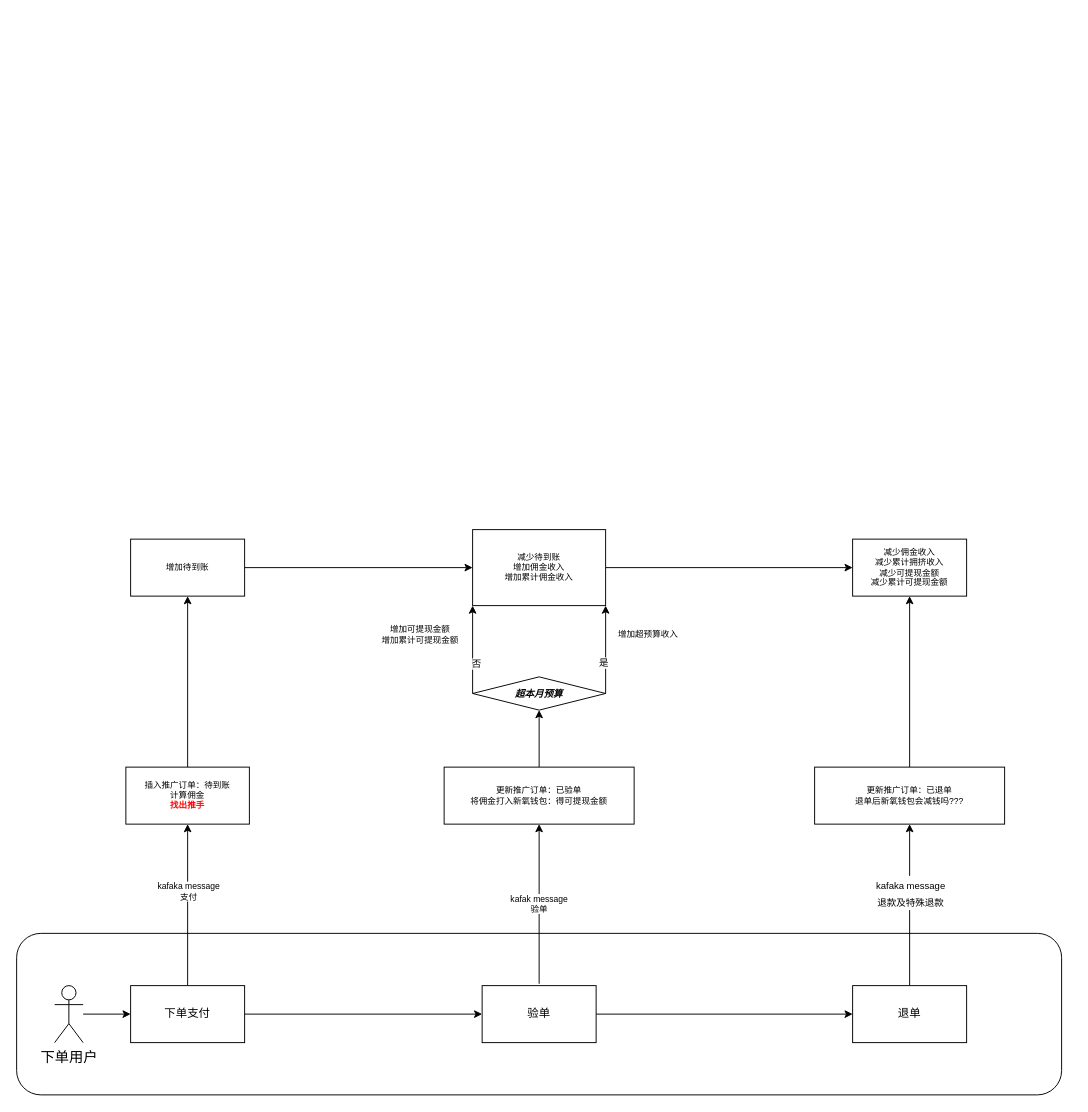
Above: page "佣金结算及提现" (3 of 3) of ThinkPHP/未命名绘图.drawio in QinShangQs/dance (draw.io), before the change. Source tidied: cells renumbered, new cells numbered last; positions are measured from the earlier drawing's top-left corner, leaving out a move shared by most shapes. Both pictures are drawn from the tidied source at 95%, with x=0, y=0 at pixel (16, 529).
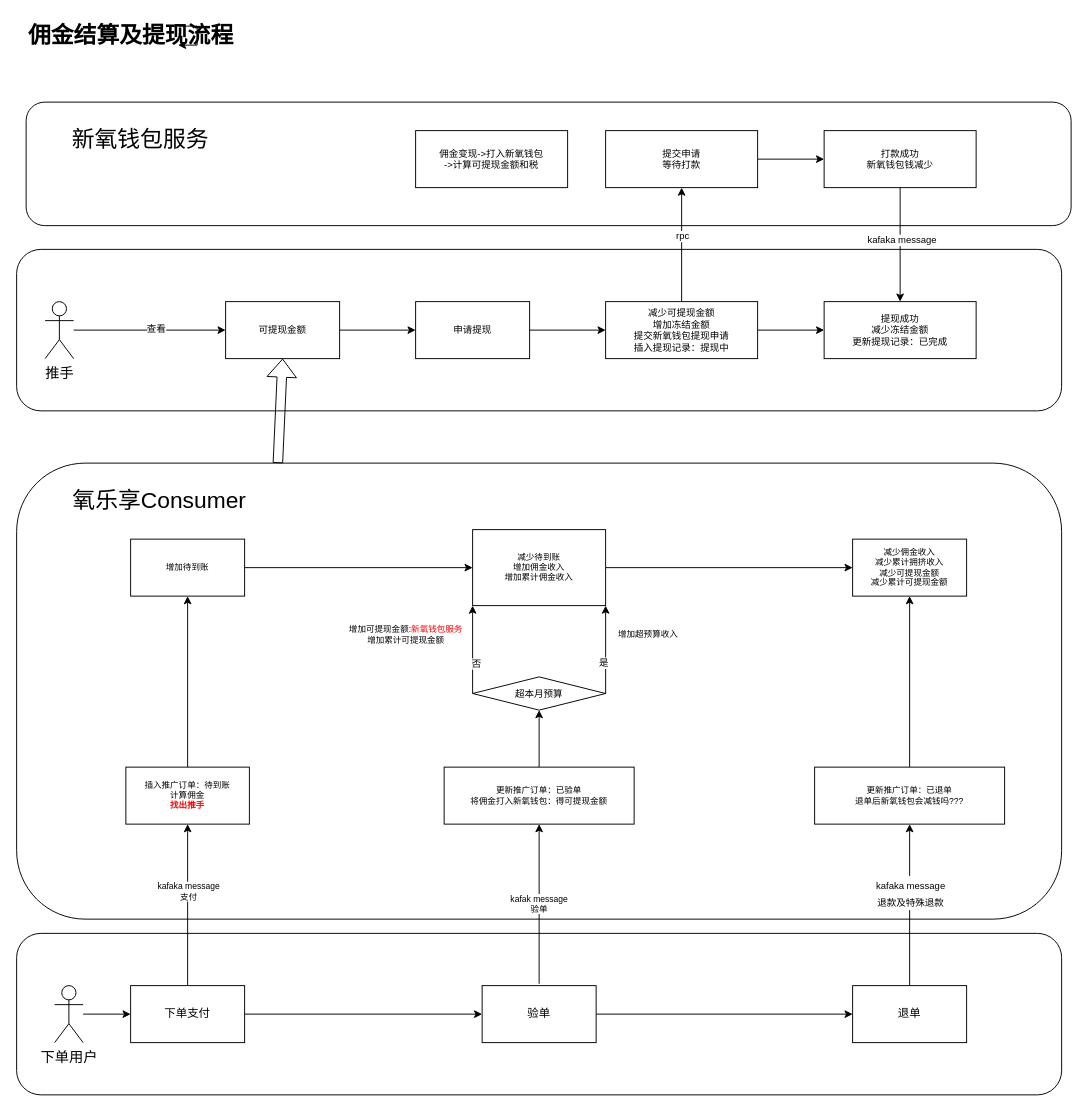
Above is the later version.

Commit message:
更新未命名绘图.drawio

Diff of the diagram source:
```diff
@@
+    <mxCell id="33" style="rounded=1;whiteSpace=wrap;html=1;fontSize=9;" parent="1" vertex="1">
+      <mxGeometry x="10" y="-450" width="1100" height="130" as="geometry" />
+    </mxCell>
+    <mxCell id="34" style="rounded=1;whiteSpace=wrap;html=1;fontSize=9;" parent="1" vertex="1">
+      <mxGeometry y="-295" width="1100" height="170" as="geometry" />
+    </mxCell>
+    <mxCell id="35" style="rounded=1;whiteSpace=wrap;html=1;fontSize=9;" parent="1" vertex="1">
+      <mxGeometry y="-70" width="1100" height="480" as="geometry" />
+    </mxCell>
@@
-    <mxCell id="26" value="超本月预算" style="rhombus;whiteSpace=wrap;html=1;fontSize=10;fontStyle=3;" parent="1" vertex="1">
+    <mxCell id="26" value="超本月预算" style="rhombus;whiteSpace=wrap;html=1;fontSize=10;fontStyle=0;" parent="1" vertex="1">
       <mxGeometry x="480" y="155" width="140" height="35" as="geometry" />
     </mxCell>
@@
-    <mxCell id="29" value="&lt;span style=&quot;font-size: 9px&quot;&gt;增加可提现金额&lt;/span&gt;&lt;br style=&quot;font-size: 9px&quot;&gt;&lt;span style=&quot;font-size: 9px&quot;&gt;增加累计可提现金额&lt;/span&gt;" style="text;html=1;strokeColor=none;fillColor=none;align=center;verticalAlign=middle;whiteSpace=wrap;rounded=0;fontSize=10;" parent="1" vertex="1">
-      <mxGeometry x="370" y="100" width="110" height="20" as="geometry" />
+    <mxCell id="29" value="&lt;span style=&quot;font-size: 9px&quot;&gt;增加可提现金额:&lt;/span&gt;&lt;span style=&quot;font-size: 9px&quot;&gt;&lt;font color=&quot;#ff0000&quot;&gt;新氧钱包服务&lt;/font&gt;&lt;/span&gt;&lt;br style=&quot;font-size: 9px&quot;&gt;&lt;span style=&quot;font-size: 9px&quot;&gt;增加累计可提现金&lt;/span&gt;&lt;span style=&quot;font-size: 9px&quot;&gt;额&lt;/span&gt;&lt;span style=&quot;font-size: 9px&quot;&gt;&lt;br&gt;&lt;/span&gt;" style="text;html=1;strokeColor=none;fillColor=none;align=center;verticalAlign=middle;whiteSpace=wrap;rounded=0;fontSize=10;" parent="1" vertex="1">
+      <mxGeometry x="310" y="100" width="200" height="20" as="geometry" />
     </mxCell>
@@
+    <mxCell id="36" style="shape=flexArrow;endArrow=classic;html=1;fontSize=10;exitX=0.25;exitY=0;exitDx=0;exitDy=0;entryX=0.5;entryY=1;entryDx=0;entryDy=0;" parent="1" edge="1" source="35" target="38">
+      <mxGeometry relative="1" as="geometry" />
+    </mxCell>
+    <mxCell id="37" style="edgeStyle=orthogonalEdgeStyle;rounded=0;jettySize=auto;html=1;fontSize=10;" parent="1" edge="1" source="38" target="40">
+      <mxGeometry relative="1" as="geometry" />
+    </mxCell>
+    <mxCell id="38" value="可提现金额" style="rounded=0;whiteSpace=wrap;html=1;fontSize=10;" parent="1" vertex="1">
+      <mxGeometry x="220" y="-240" width="120" height="60" as="geometry" />
+    </mxCell>
+    <mxCell id="39" style="edgeStyle=orthogonalEdgeStyle;rounded=0;jettySize=auto;html=1;fontSize=10;" parent="1" edge="1" source="40" target="44">
+      <mxGeometry relative="1" as="geometry" />
+    </mxCell>
+    <mxCell id="40" value="申请提现" style="rounded=0;whiteSpace=wrap;html=1;fontSize=10;" parent="1" vertex="1">
+      <mxGeometry x="420" y="-240" width="120" height="60" as="geometry" />
+    </mxCell>
+    <mxCell id="41" style="edgeStyle=orthogonalEdgeStyle;rounded=0;jettySize=auto;html=1;fontSize=10;" parent="1" edge="1" source="44" target="46">
+      <mxGeometry relative="1" as="geometry" />
+    </mxCell>
+    <mxCell id="42" value="rpc" style="text;html=1;align=center;verticalAlign=middle;labelBackgroundColor=#ffffff;fontSize=10;" parent="41" vertex="1">
+      <mxGeometry x="-0.15" y="3" relative="1" as="geometry">
+        <mxPoint x="3" y="-18.8" as="offset" />
+      </mxGeometry>
+    </mxCell>
+    <mxCell id="43" style="edgeStyle=orthogonalEdgeStyle;rounded=0;jettySize=auto;html=1;fontSize=10;" parent="1" edge="1" source="44" target="53">
+      <mxGeometry relative="1" as="geometry" />
+    </mxCell>
+    <mxCell id="44" value="减少可提现金额&lt;br&gt;增加冻结金额&lt;br&gt;提交新氧钱包提现申请&lt;br&gt;插入提现记录：提现中" style="rounded=0;whiteSpace=wrap;html=1;fontSize=10;" parent="1" vertex="1">
+      <mxGeometry x="620" y="-240" width="160" height="60" as="geometry" />
+    </mxCell>
+    <mxCell id="45" style="edgeStyle=orthogonalEdgeStyle;rounded=0;jettySize=auto;html=1;fontSize=10;" parent="1" edge="1" source="46" target="52">
+      <mxGeometry relative="1" as="geometry" />
+    </mxCell>
+    <mxCell id="46" value="提交申请&lt;br&gt;等待打款" style="rounded=0;whiteSpace=wrap;html=1;fontSize=10;" parent="1" vertex="1">
+      <mxGeometry x="620" y="-420" width="160" height="60" as="geometry" />
+    </mxCell>
+    <mxCell id="47" style="edgeStyle=orthogonalEdgeStyle;rounded=0;jettySize=auto;html=1;entryX=0;entryY=0.5;entryDx=0;entryDy=0;fontSize=10;" parent="1" edge="1" source="49" target="38">
+      <mxGeometry relative="1" as="geometry" />
+    </mxCell>
+    <mxCell id="48" value="查看" style="text;html=1;align=center;verticalAlign=middle;labelBackgroundColor=#ffffff;fontSize=10;" parent="47" vertex="1">
+      <mxGeometry x="0.07" y="2" relative="1" as="geometry" />
+    </mxCell>
+    <mxCell id="49" value="推手" style="shape=umlActor;verticalLabelPosition=bottom;labelBackgroundColor=#ffffff;verticalAlign=top;html=1;fontSize=15;" parent="1" vertex="1">
+      <mxGeometry x="30" y="-240" width="30" height="60" as="geometry" />
+    </mxCell>
+    <mxCell id="50" style="edgeStyle=orthogonalEdgeStyle;rounded=0;jettySize=auto;html=1;fontSize=10;" parent="1" edge="1" source="52" target="53">
+      <mxGeometry relative="1" as="geometry" />
+    </mxCell>
+    <mxCell id="51" value="kafaka message" style="text;html=1;align=center;verticalAlign=middle;labelBackgroundColor=#ffffff;fontSize=10;" parent="50" vertex="1">
+      <mxGeometry x="-0.1" y="1" relative="1" as="geometry" />
+    </mxCell>
+    <mxCell id="52" value="打款成功&lt;br&gt;新氧钱包钱减少" style="rounded=0;whiteSpace=wrap;html=1;fontSize=10;" parent="1" vertex="1">
+      <mxGeometry x="850" y="-420" width="160" height="60" as="geometry" />
+    </mxCell>
+    <mxCell id="53" value="提现成功&lt;br&gt;减少冻结金额&lt;br&gt;更新提现记录：已完成" style="rounded=0;whiteSpace=wrap;html=1;fontSize=10;" parent="1" vertex="1">
+      <mxGeometry x="850" y="-240" width="160" height="60" as="geometry" />
+    </mxCell>
+    <mxCell id="54" value="氧乐享Consumer" style="text;strokeColor=none;fillColor=none;html=1;fontSize=24;fontStyle=0;verticalAlign=middle;align=center;" parent="1" vertex="1">
+      <mxGeometry x="100" y="-50" width="100" height="40" as="geometry" />
+    </mxCell>
+    <mxCell id="55" value="新氧钱包服务" style="text;strokeColor=none;fillColor=none;html=1;fontSize=24;fontStyle=0;verticalAlign=middle;align=center;" parent="1" vertex="1">
+      <mxGeometry x="80" y="-430" width="100" height="40" as="geometry" />
+    </mxCell>
+    <mxCell id="56" value="佣金变现-&amp;gt;打入新氧钱包&lt;br&gt;-&amp;gt;计算可提现金额和税" style="rounded=0;whiteSpace=wrap;html=1;fontSize=10;" parent="1" vertex="1">
+      <mxGeometry x="420" y="-420" width="160" height="60" as="geometry" />
+    </mxCell>
+    <mxCell id="57" value="佣金结算及提现流程" style="text;strokeColor=none;fillColor=none;html=1;fontSize=24;fontStyle=1;verticalAlign=middle;align=center;" parent="1" vertex="1">
+      <mxGeometry x="70" y="-540" width="100" height="40" as="geometry" />
+    </mxCell>
+    <mxCell id="58" style="edgeStyle=orthogonalEdgeStyle;rounded=0;orthogonalLoop=1;jettySize=auto;html=1;fontSize=10;" parent="1" edge="1" source="57" target="57">
+      <mxGeometry relative="1" as="geometry" />
+    </mxCell>
```
